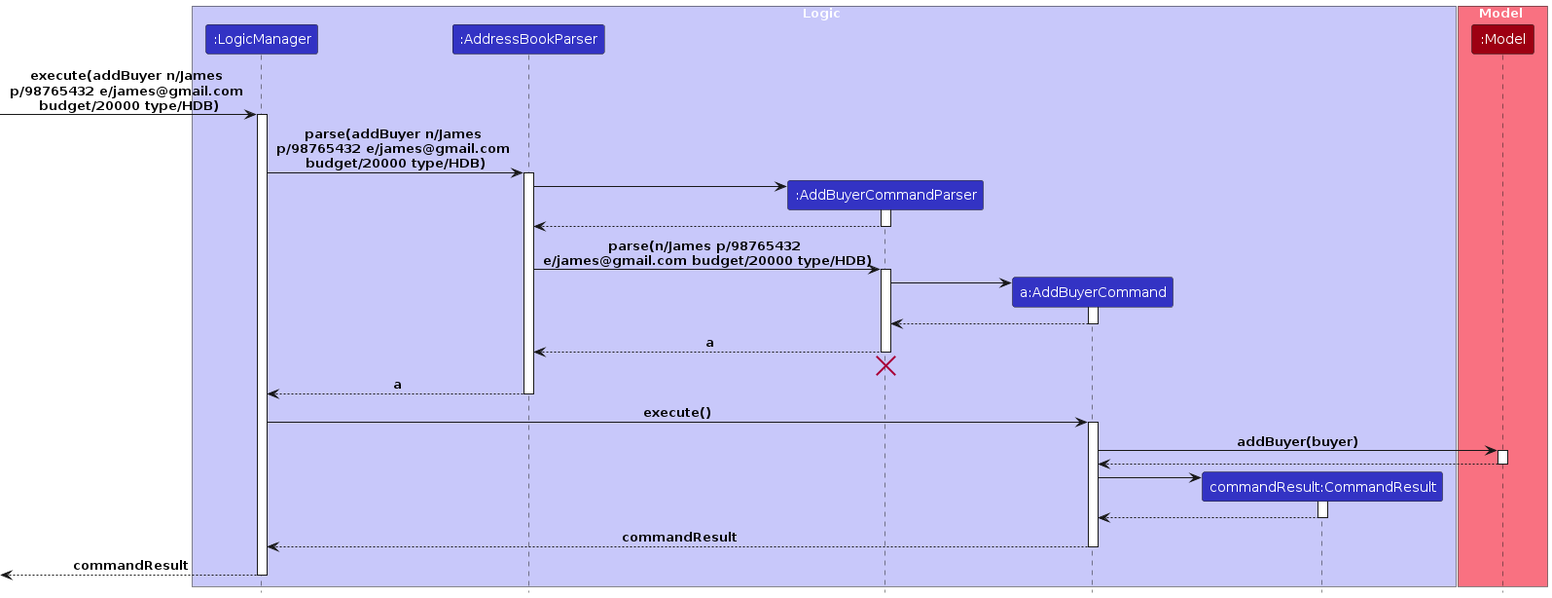
lokidoki102/tp keeps this PlantUML diagram as diagrams/AddBuyerSequenceDiagram-Logic.png. Above is the earlier version. Its source is kept beside it as diagrams/AddBuyerSequenceDiagram-Logic.puml.
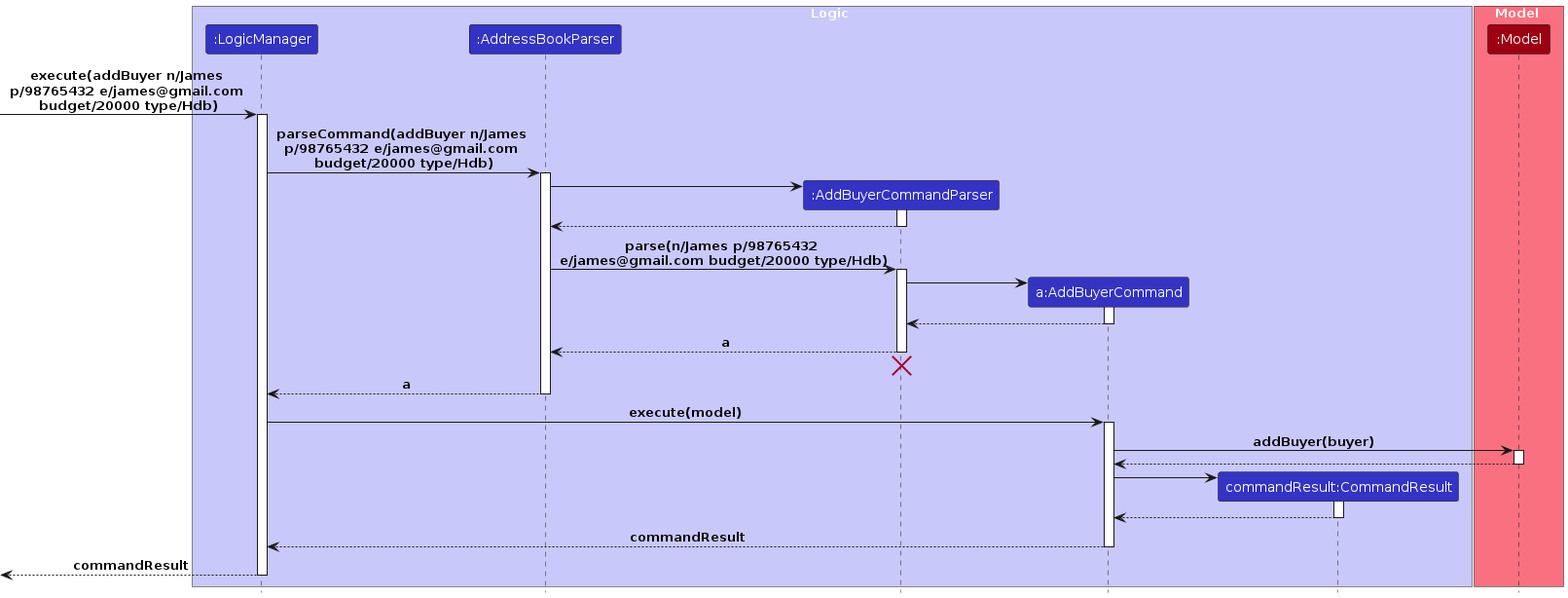
Above is the later version.

Change to the diagram source:
```diff
@@ -16,12 +16,12 @@
 
 [-> LogicManager : execute(addBuyer n/James \n\
 p/98765432 e/james@gmail.com \n\
-budget/20000 type/HDB)
+budget/20000 type/Hdb)
 activate LogicManager
 
-LogicManager -> AddressBookParser : parse(addBuyer n/James \n\
+LogicManager -> AddressBookParser : parseCommand(addBuyer n/James \n\
 p/98765432 e/james@gmail.com \n\
-budget/20000 type/HDB)
+budget/20000 type/Hdb)
 activate AddressBookParser
 
 create AddBuyerCommandParser
@@ -32,7 +32,7 @@
 deactivate AddBuyerCommandParser
 
 AddressBookParser -> AddBuyerCommandParser : parse(n/James p/98765432 \n\
-e/james@gmail.com budget/20000 type/HDB)
+e/james@gmail.com budget/20000 type/Hdb)
 activate AddBuyerCommandParser
 
 create AddBuyerCommand
@@ -51,7 +51,7 @@
 AddressBookParser --> LogicManager : a
 deactivate AddressBookParser
 
-LogicManager -> AddBuyerCommand : execute()
+LogicManager -> AddBuyerCommand : execute(model)
 activate AddBuyerCommand
 
 AddBuyerCommand -> Model : addBuyer(buyer)
```
